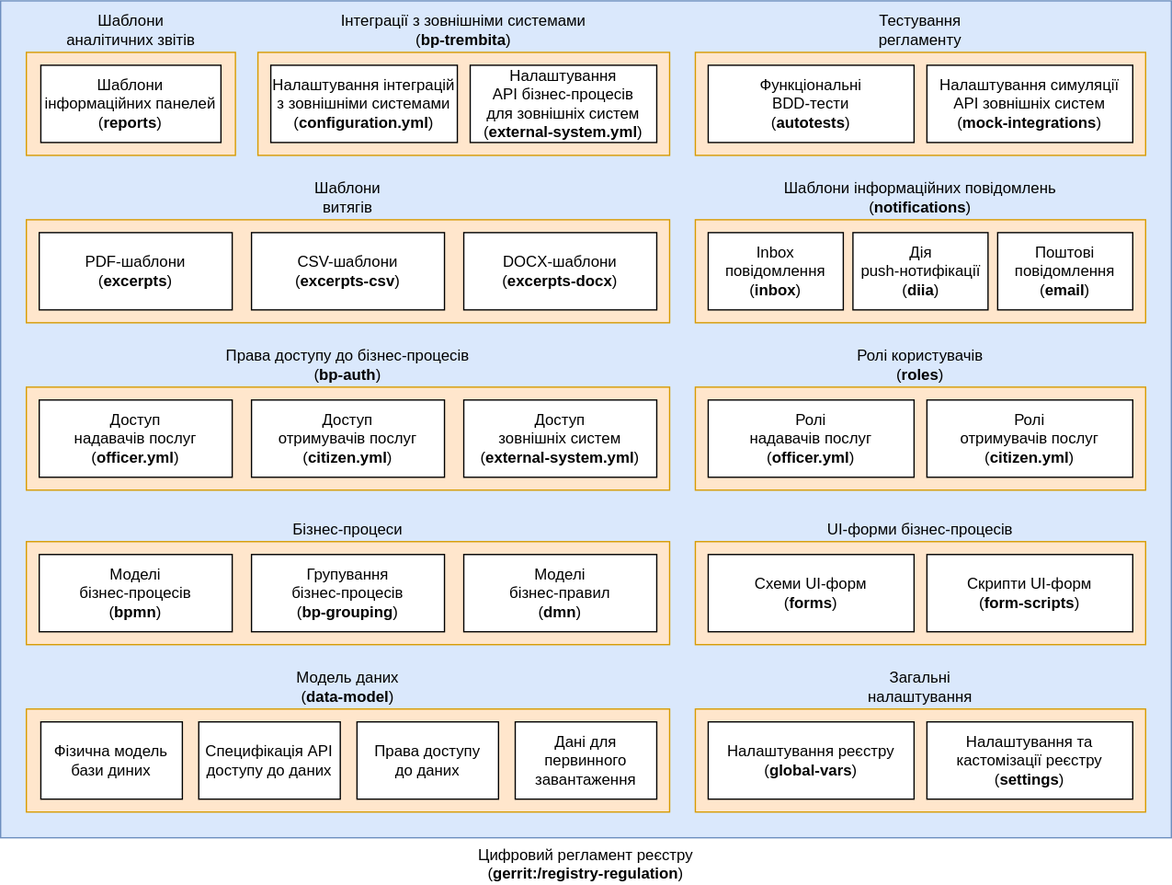
Before: docs/ua/modules/arch/images/architecture/registry/administrative/regulation-management/registry-regulation/regulation-structure.svg, a diagram exported from draw.io (epam/edp-ddm-architecture). Source tidied: cells renumbered, new cells last; positions are measured from the earlier drawing's top-left corner, leaving out a move shared by most shapes.
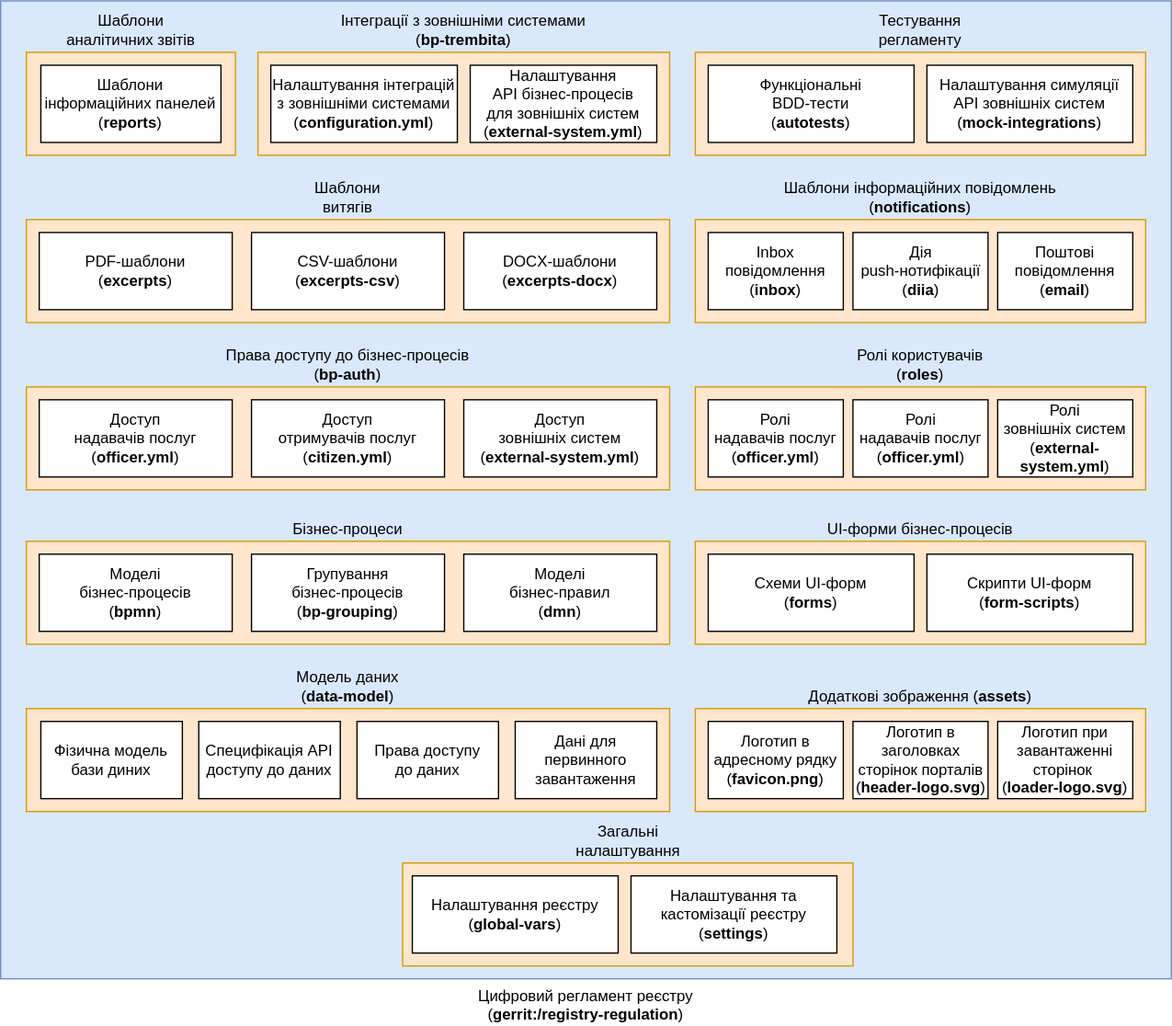
The same file after the commit.

Diff of the diagram source:
```diff
@@ -3,12 +3,12 @@
     <mxCell id="0" />
     <mxCell id="1" parent="0" />
     <mxCell id="2" value="Цифровий регламент реєстру&lt;br&gt;(&lt;b&gt;gerrit:/registry-regulation&lt;/b&gt;)" style="rounded=0;whiteSpace=wrap;html=1;labelPosition=center;verticalLabelPosition=bottom;align=center;verticalAlign=top;fillColor=#dae8fc;strokeColor=#6c8ebf;" parent="1" vertex="1">
-      <mxGeometry width="910" height="650" as="geometry" />
+      <mxGeometry width="910" height="760" as="geometry" />
     </mxCell>
     <mxCell id="3" value="Тестування &lt;br&gt;регламенту" style="rounded=0;whiteSpace=wrap;html=1;labelPosition=center;verticalLabelPosition=top;align=center;verticalAlign=bottom;fillColor=#ffe6cc;strokeColor=#d79b00;" parent="1" vertex="1">
       <mxGeometry x="540" y="40" width="350" height="80" as="geometry" />
     </mxCell>
-    <mxCell id="4" value="Загальні &lt;br&gt;налаштування" style="rounded=0;whiteSpace=wrap;html=1;labelPosition=center;verticalLabelPosition=top;align=center;verticalAlign=bottom;fillColor=#ffe6cc;strokeColor=#d79b00;" parent="1" vertex="1">
+    <mxCell id="4" value="Додаткові зображення (&lt;b&gt;assets&lt;/b&gt;)" style="rounded=0;whiteSpace=wrap;html=1;labelPosition=center;verticalLabelPosition=top;align=center;verticalAlign=bottom;fillColor=#ffe6cc;strokeColor=#d79b00;" parent="1" vertex="1">
       <mxGeometry x="540" y="550" width="350" height="80" as="geometry" />
     </mxCell>
     <mxCell id="5" value="Бізнес-процеси" style="rounded=0;whiteSpace=wrap;html=1;labelPosition=center;verticalLabelPosition=top;align=center;verticalAlign=bottom;fillColor=#ffe6cc;strokeColor=#d79b00;" parent="1" vertex="1">
@@ -20,12 +20,6 @@
     <mxCell id="7" value="Моделі &lt;br&gt;бізнес-правил&lt;br&gt;(&lt;b&gt;dmn&lt;/b&gt;)" style="rounded=0;whiteSpace=wrap;html=1;" parent="1" vertex="1">
       <mxGeometry x="360" y="430" width="150" height="60" as="geometry" />
     </mxCell>
-    <mxCell id="8" value="Налаштування реєстру&lt;br&gt;(&lt;b&gt;global-vars&lt;/b&gt;)" style="rounded=0;whiteSpace=wrap;html=1;" parent="1" vertex="1">
-      <mxGeometry x="550" y="560" width="160" height="60" as="geometry" />
-    </mxCell>
-    <mxCell id="9" value="Налаштування та кастомізації реєстру&lt;br&gt;(&lt;b&gt;settings&lt;/b&gt;)" style="rounded=0;whiteSpace=wrap;html=1;" parent="1" vertex="1">
-      <mxGeometry x="720" y="560" width="160" height="60" as="geometry" />
-    </mxCell>
     <mxCell id="10" value="Доступ &lt;br&gt;надавачів послуг&lt;br&gt;(&lt;b&gt;officer.yml&lt;/b&gt;)" style="rounded=0;whiteSpace=wrap;html=1;" parent="1" vertex="1">
       <mxGeometry x="30" y="310" width="150" height="60" as="geometry" />
     </mxCell>
@@ -105,10 +99,10 @@
       <mxGeometry x="540" y="300" width="350" height="80" as="geometry" />
     </mxCell>
     <mxCell id="36" value="Ролі&lt;br&gt;надавачів послуг&lt;br&gt;(&lt;b&gt;officer.yml&lt;/b&gt;)" style="rounded=0;whiteSpace=wrap;html=1;" parent="1" vertex="1">
-      <mxGeometry x="550" y="310" width="160" height="60" as="geometry" />
+      <mxGeometry x="550" y="310" width="105" height="60" as="geometry" />
     </mxCell>
-    <mxCell id="37" value="Ролі&lt;br&gt;отримувачів послуг&lt;br&gt;(&lt;b&gt;citizen.yml&lt;/b&gt;)" style="rounded=0;whiteSpace=wrap;html=1;" parent="1" vertex="1">
-      <mxGeometry x="720" y="310" width="160" height="60" as="geometry" />
+    <mxCell id="37" value="Ролі&lt;br&gt;зовнішніх систем&lt;br&gt;(&lt;b&gt;external-system.yml&lt;/b&gt;)" style="rounded=0;whiteSpace=wrap;html=1;" parent="1" vertex="1">
+      <mxGeometry x="775" y="310" width="105" height="60" as="geometry" />
     </mxCell>
     <mxCell id="38" value="Специфікація API доступу до даних" style="rounded=0;whiteSpace=wrap;html=1;" parent="1" vertex="1">
       <mxGeometry x="154" y="560" width="110" height="60" as="geometry" />
@@ -119,5 +113,26 @@
     <mxCell id="40" value="Дані для первинного завантаження" style="rounded=0;whiteSpace=wrap;html=1;" parent="1" vertex="1">
       <mxGeometry x="400" y="560" width="110" height="60" as="geometry" />
     </mxCell>
+    <mxCell id="41" value="Ролі&lt;br&gt;надавачів послуг&lt;br&gt;(&lt;b&gt;officer.yml&lt;/b&gt;)" style="rounded=0;whiteSpace=wrap;html=1;" parent="1" vertex="1">
+      <mxGeometry x="662.5" y="310" width="105" height="60" as="geometry" />
+    </mxCell>
+    <mxCell id="42" value="Загальні &lt;br&gt;налаштування" style="rounded=0;whiteSpace=wrap;html=1;labelPosition=center;verticalLabelPosition=top;align=center;verticalAlign=bottom;fillColor=#ffe6cc;strokeColor=#d79b00;" parent="1" vertex="1">
+      <mxGeometry x="312.5" y="670" width="350" height="80" as="geometry" />
+    </mxCell>
+    <mxCell id="8" value="Налаштування реєстру&lt;br&gt;(&lt;b&gt;global-vars&lt;/b&gt;)" style="rounded=0;whiteSpace=wrap;html=1;" parent="1" vertex="1">
+      <mxGeometry x="320" y="680" width="160" height="60" as="geometry" />
+    </mxCell>
+    <mxCell id="9" value="Налаштування та кастомізації реєстру&lt;br&gt;(&lt;b&gt;settings&lt;/b&gt;)" style="rounded=0;whiteSpace=wrap;html=1;" parent="1" vertex="1">
+      <mxGeometry x="490" y="680" width="160" height="60" as="geometry" />
+    </mxCell>
+    <mxCell id="43" value="Логотип в адресному рядку&lt;br&gt;(&lt;b&gt;favicon.png&lt;/b&gt;)" style="rounded=0;whiteSpace=wrap;html=1;" parent="1" vertex="1">
+      <mxGeometry x="550" y="560" width="105" height="60" as="geometry" />
+    </mxCell>
+    <mxCell id="44" value="Логотип в заголовках сторінок порталів&lt;br&gt;(&lt;b&gt;header-logo.svg&lt;/b&gt;)" style="rounded=0;whiteSpace=wrap;html=1;" parent="1" vertex="1">
+      <mxGeometry x="662.5" y="560" width="105" height="60" as="geometry" />
+    </mxCell>
+    <mxCell id="45" value="Логотип при завантаженні сторінок&amp;nbsp;&lt;br&gt;(&lt;b&gt;loader-logo.svg&lt;/b&gt;)" style="rounded=0;whiteSpace=wrap;html=1;" parent="1" vertex="1">
+      <mxGeometry x="775" y="560" width="105" height="60" as="geometry" />
+    </mxCell>
   </root>
 </mxGraphModel>
```
